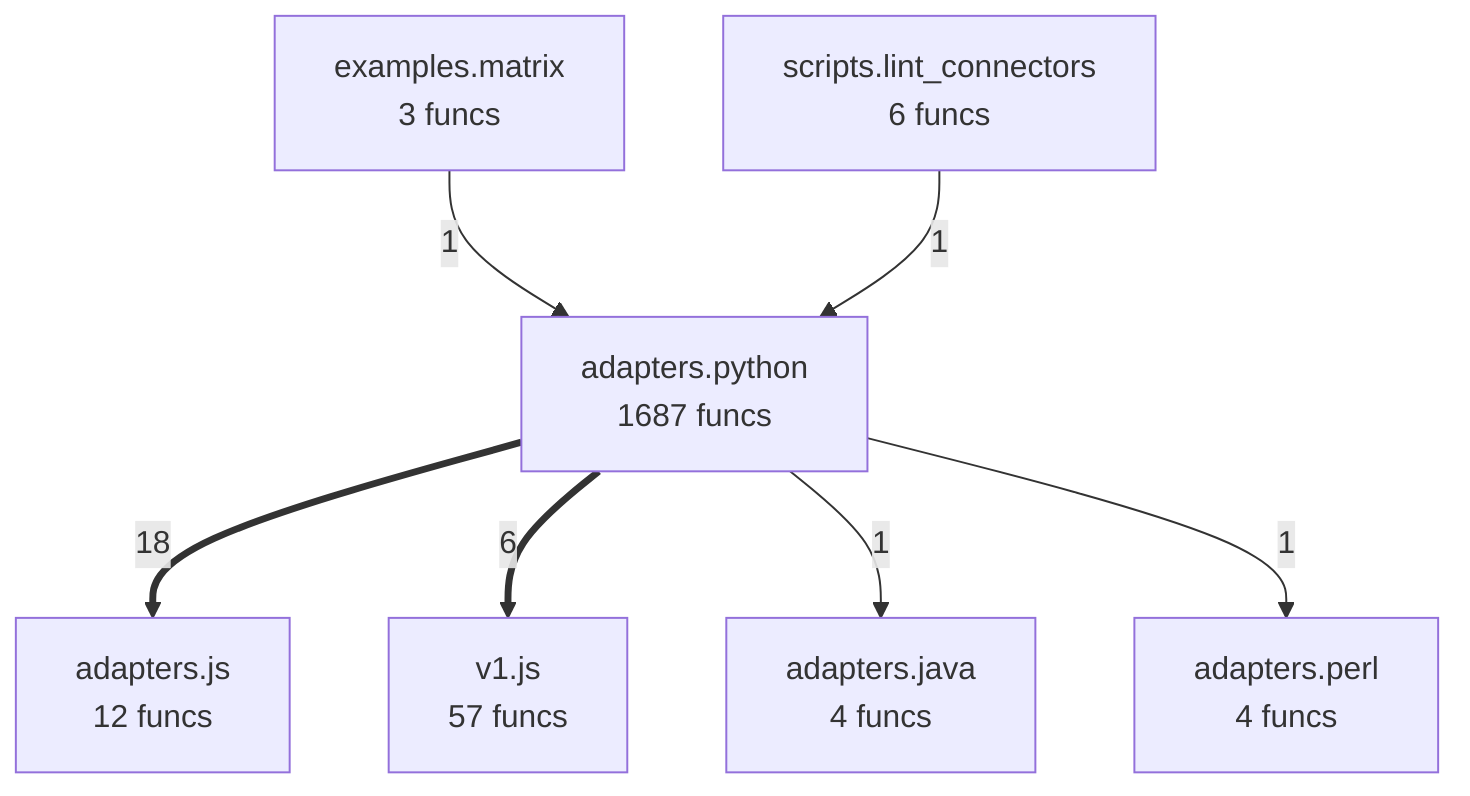
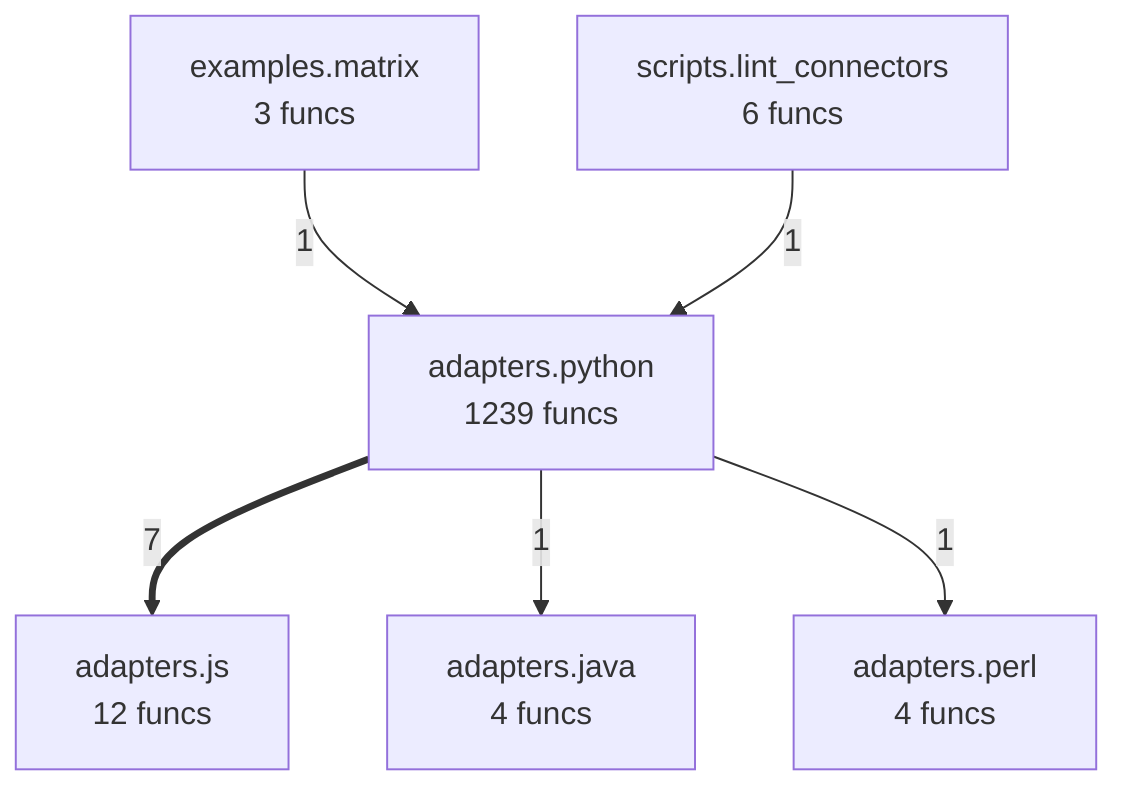
flowchart TD
- %% generated in 0.04s
+ %% generated in 0.03s
    adapters__java["adapters.java<br/>4 funcs"]
    adapters__js["adapters.js<br/>12 funcs"]
    adapters__perl["adapters.perl<br/>4 funcs"]
-     adapters__python["adapters.python<br/>1687 funcs"]
+     adapters__python["adapters.python<br/>1239 funcs"]
    examples__matrix["examples.matrix<br/>3 funcs"]
    scripts__lint_connectors["scripts.lint_connectors<br/>6 funcs"]
-     v1__js["v1.js<br/>57 funcs"]
-     adapters__python ==>|18| adapters__js
-     adapters__python ==>|6| v1__js
+     adapters__python ==>|7| adapters__js
    examples__matrix -->|1| adapters__python
    scripts__lint_connectors -->|1| adapters__python
    adapters__python -->|1| adapters__java
    adapters__python -->|1| adapters__perl
